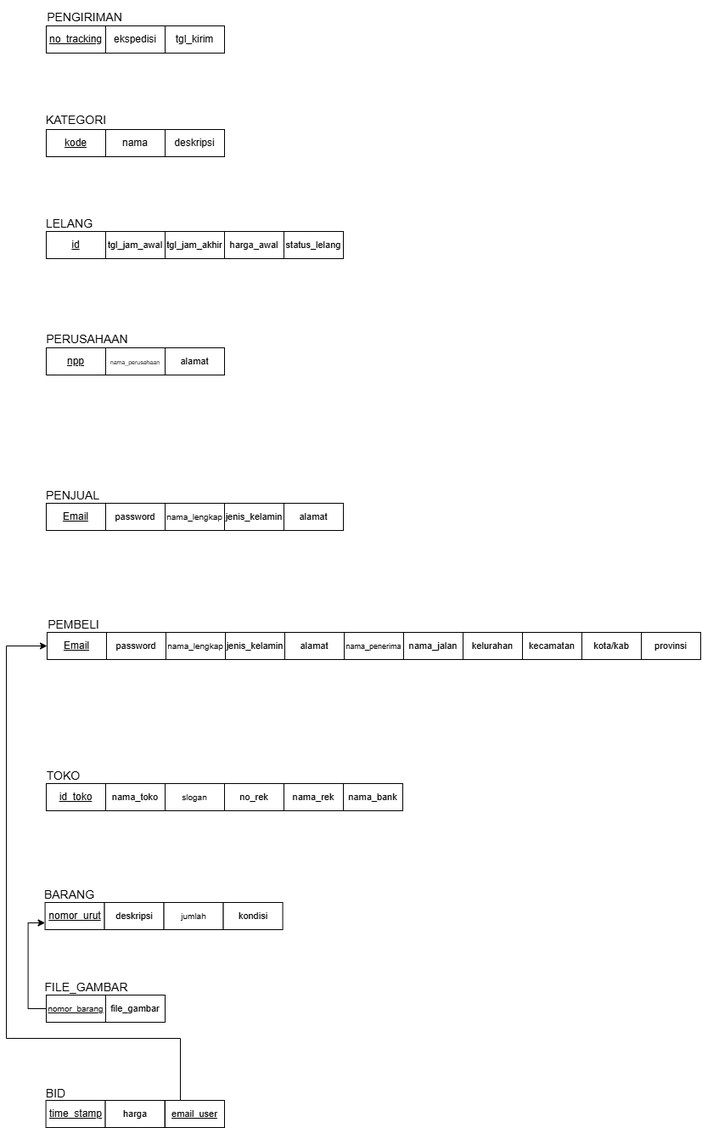
Earlier version of the draw.io export ti2_basdat.drawio.png (anthef/anthef). Source tidied: cells renumbered, new cells last; positions are measured from the earlier drawing's top-left corner, leaving out a move shared by most shapes.
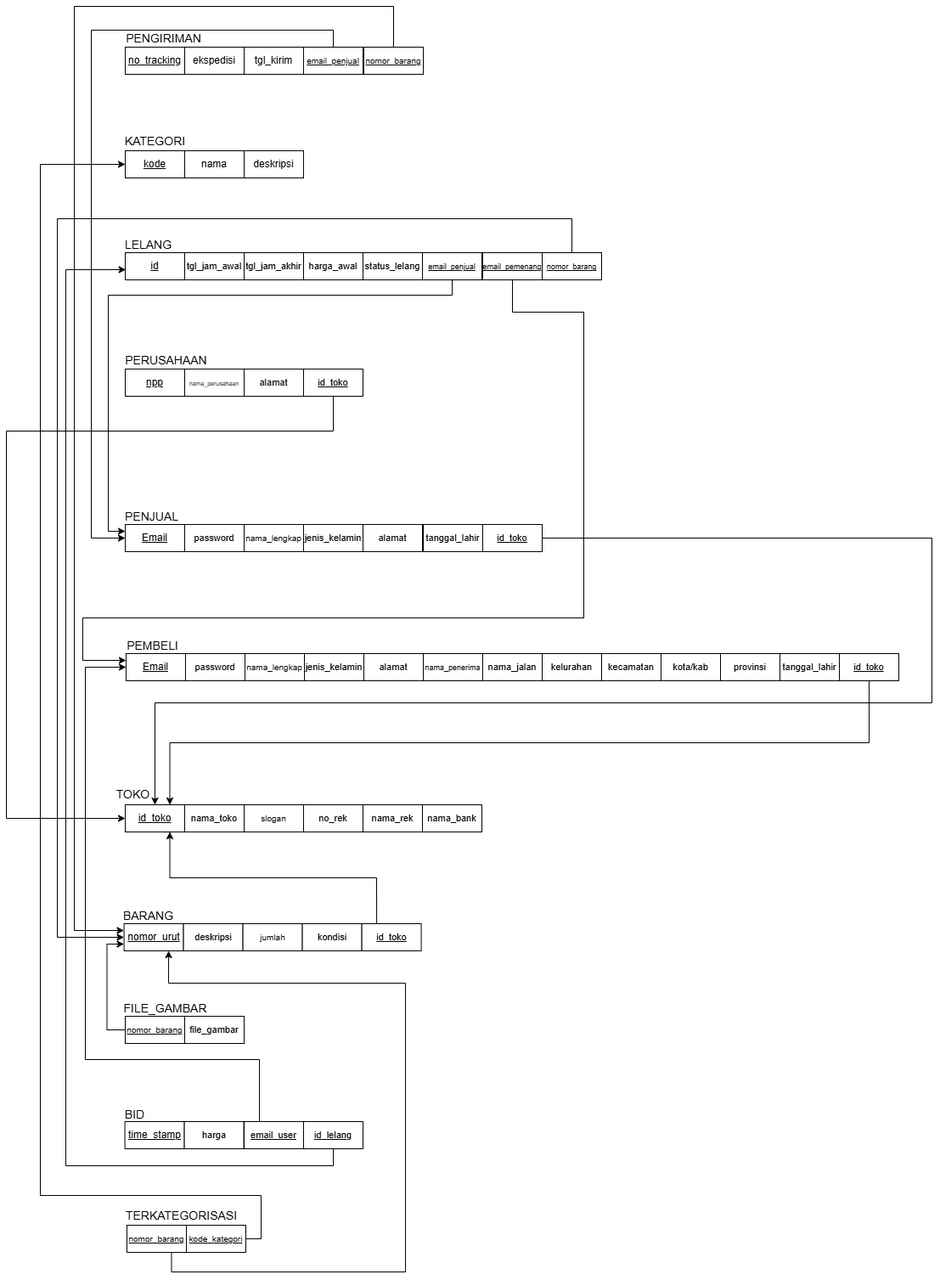
The same diagram one commit later.

What changed in the source:
```diff
@@ -53,7 +53,7 @@
     <mxCell id="18" value="&lt;font style=&quot;font-size: 11px;&quot;&gt;harga_awal&lt;/font&gt;" style="rounded=0;whiteSpace=wrap;html=1;" parent="12" vertex="1">
       <mxGeometry x="223" y="30" width="70" height="32" as="geometry" />
     </mxCell>
-    <mxCell id="19" value="&lt;font style=&quot;font-size: 11px;&quot;&gt;status_lelang&lt;/font&gt;" style="rounded=0;whiteSpace=wrap;html=1;" parent="12" vertex="1">
+    <mxCell id="19" value="&lt;span style=&quot;font-size: 11px;&quot;&gt;status_&lt;/span&gt;&lt;span style=&quot;text-wrap-mode: nowrap; color: rgba(0, 0, 0, 0); font-family: monospace; font-size: 0px; text-align: start;&quot;&gt;%3CmxGraphModel%3E%3Croot%3E%3CmxCell%20id%3D%220%22%2F%3E%3CmxCell%20id%3D%221%22%20parent%3D%220%22%2F%3E%3CmxCell%20id%3D%222%22%20value%3D%22%22%20style%3D%22group%22%20vertex%3D%221%22%20connectable%3D%220%22%20parent%3D%221%22%3E%3CmxGeometry%20x%3D%2227%22%20y%3D%22360%22%20width%3D%22363%22%20height%3D%2262%22%20as%3D%22geometry%22%2F%3E%3C%2FmxCell%3E%3CmxCell%20id%3D%223%22%20value%3D%22%22%20style%3D%22group%22%20vertex%3D%221%22%20connectable%3D%220%22%20parent%3D%222%22%3E%3CmxGeometry%20width%3D%22223%22%20height%3D%2262%22%20as%3D%22geometry%22%2F%3E%3C%2FmxCell%3E%3CmxCell%20id%3D%224%22%20value%3D%22%26lt%3Bspan%20style%3D%26quot%3Bfont-size%3A%2014px%3B%26quot%3B%26gt%3BLELANG%26lt%3B%2Fspan%26gt%3B%22%20style%3D%22text%3Bhtml%3D1%3Balign%3Dcenter%3BverticalAlign%3Dmiddle%3Bresizable%3D0%3Bpoints%3D%5B%5D%3Bautosize%3D1%3BstrokeColor%3Dnone%3BfillColor%3Dnone%3B%22%20vertex%3D%221%22%20parent%3D%223%22%3E%3CmxGeometry%20y%3D%226%22%20width%3D%2280%22%20height%3D%2230%22%20as%3D%22geometry%22%2F%3E%3C%2FmxCell%3E%3CmxCell%20id%3D%225%22%20value%3D%22%26lt%3Bu%26gt%3Bid%26lt%3B%2Fu%26gt%3B%22%20style%3D%22rounded%3D0%3BwhiteSpace%3Dwrap%3Bhtml%3D1%3B%22%20vertex%3D%221%22%20parent%3D%223%22%3E%3CmxGeometry%20x%3D%2213%22%20y%3D%2230%22%20width%3D%2270%22%20height%3D%2232%22%20as%3D%22geometry%22%2F%3E%3C%2FmxCell%3E%3CmxCell%20id%3D%226%22%20value%3D%22%26lt%3Bfont%20style%3D%26quot%3Bfont-size%3A%2011px%3B%26quot%3B%26gt%3Btgl_jam_awal%26lt%3B%2Ffont%26gt%3B%22%20style%3D%22rounded%3D0%3BwhiteSpace%3Dwrap%3Bhtml%3D1%3B%22%20vertex%3D%221%22%20parent%3D%223%22%3E%3CmxGeometry%20x%3D%2283%22%20y%3D%2230%22%20width%3D%2270%22%20height%3D%2232%22%20as%3D%22geometry%22%2F%3E%3C%2FmxCell%3E%3CmxCell%20id%3D%227%22%20value%3D%22%26lt%3Bfont%20style%3D%26quot%3Bfont-size%3A%2011px%3B%26quot%3B%26gt%3Btgl_jam_akhir%26lt%3B%2Ffont%26gt%3B%22%20style%3D%22rounded%3D0%3BwhiteSpace%3Dwrap%3Bhtml%3D1%3B%22%20vertex%3D%221%22%20parent%3D%223%22%3E%3CmxGeometry%20x%3D%22153%22%20y%3D%2230%22%20width%3D%2270%22%20height%3D%2232%22%20as%3D%22geometry%22%2F%3E%3C%2FmxCell%3E%3CmxCell%20id%3D%228%22%20value%3D%22%26lt%3Bfont%20style%3D%26quot%3Bfont-size%3A%2011px%3B%26quot%3B%26gt%3Bharga_awal%26lt%3B%2Ffont%26gt%3B%22%20style%3D%22rounded%3D0%3BwhiteSpace%3Dwrap%3Bhtml%3D1%3B%22%20vertex%3D%221%22%20parent%3D%222%22%3E%3CmxGeometry%20x%3D%22223%22%20y%3D%2230%22%20width%3D%2270%22%20height%3D%2232%22%20as%3D%22geometry%22%2F%3E%3C%2FmxCell%3E%3CmxCell%20id%3D%229%22%20value%3D%22%26lt%3Bfont%20style%3D%26quot%3Bfont-size%3A%2011px%3B%26quot%3B%26gt%3Bstatus_lelang%26lt%3B%2Ffont%26gt%3B%22%20style%3D%22rounded%3D0%3BwhiteSpace%3Dwrap%3Bhtml%3D1%3B%22%20vertex%3D%221%22%20parent%3D%222%22%3E%3CmxGeometry%20x%3D%22293%22%20y%3D%2230%22%20width%3D%2270%22%20height%3D%2232%22%20as%3D%22geometry%22%2F%3E%3C%2FmxCell%3E%3C%2Froot%3E%3C%2FmxGraphModel%3E&lt;/span&gt;&lt;span style=&quot;font-size: 11px;&quot;&gt;lelang&lt;/span&gt;" style="rounded=0;whiteSpace=wrap;html=1;" parent="12" vertex="1">
       <mxGeometry x="293" y="30" width="70" height="32" as="geometry" />
     </mxCell>
     <mxCell id="20" style="group;" parent="1" vertex="1">
@@ -150,7 +150,7 @@
       <mxGeometry width="223" height="62" as="geometry" />
     </mxCell>
     <mxCell id="51" value="&lt;span style=&quot;font-size: 14px;&quot;&gt;TOKO&lt;/span&gt;" style="text;html=1;align=center;verticalAlign=middle;strokeColor=none;fillColor=none;" parent="50" vertex="1">
-      <mxGeometry x="3" y="6" width="60" height="30" as="geometry" />
+      <mxGeometry x="-8" y="3" width="60" height="30" as="geometry" />
     </mxCell>
     <mxCell id="52" value="&lt;u&gt;id_toko&lt;/u&gt;" style="rounded=0;whiteSpace=wrap;html=1;" parent="50" vertex="1">
       <mxGeometry x="13" y="30" width="70" height="32" as="geometry" />
@@ -194,6 +194,9 @@
     <mxCell id="65" value="&lt;font style=&quot;font-size: 11px;&quot;&gt;kondisi&lt;/font&gt;" style="rounded=0;whiteSpace=wrap;html=1;" parent="59" vertex="1">
       <mxGeometry x="223" y="30" width="70" height="32" as="geometry" />
     </mxCell>
+    <mxCell id="77" value="&lt;font style=&quot;font-size: 11px;&quot;&gt;&lt;u&gt;id_toko&lt;/u&gt;&lt;/font&gt;" style="rounded=0;whiteSpace=wrap;html=1;" parent="59" vertex="1">
+      <mxGeometry x="293" y="30" width="70" height="32" as="geometry" />
+    </mxCell>
     <mxCell id="66" style="group;" parent="1" vertex="1">
       <mxGeometry x="33" y="1167" width="433" height="62" as="geometry" />
     </mxCell>
@@ -234,5 +237,150 @@
     <mxCell id="76" style="edgeStyle=orthogonalEdgeStyle;rounded=0;jettySize=auto;html=1;exitX=0;exitY=0.5;exitDx=0;exitDy=0;entryX=0;entryY=0.75;entryDx=0;entryDy=0;" parent="1" edge="1" source="72" target="62">
       <mxGeometry relative="1" as="geometry" />
     </mxCell>
+    <mxCell id="78" style="edgeStyle=orthogonalEdgeStyle;rounded=0;jettySize=auto;html=1;exitX=0.5;exitY=1;exitDx=0;exitDy=0;entryX=0;entryY=0.25;entryDx=0;entryDy=0;" parent="1" edge="1" source="86" target="37">
+      <mxGeometry relative="1" as="geometry">
+        <Array as="points">
+          <mxPoint x="503" y="342" />
+          <mxPoint x="587" y="342" />
+          <mxPoint x="587" y="702" />
+          <mxPoint x="-3" y="702" />
+          <mxPoint x="-3" y="752" />
+        </Array>
+      </mxGeometry>
+    </mxCell>
+    <mxCell id="79" style="edgeStyle=orthogonalEdgeStyle;rounded=0;jettySize=auto;html=1;exitX=0.5;exitY=1;exitDx=0;exitDy=0;entryX=0;entryY=0.25;entryDx=0;entryDy=0;" parent="1" edge="1" source="80" target="29">
+      <mxGeometry relative="1" as="geometry">
+        <Array as="points">
+          <mxPoint x="432" y="322" />
+          <mxPoint x="27" y="322" />
+          <mxPoint x="27" y="600" />
+        </Array>
+      </mxGeometry>
+    </mxCell>
+    <mxCell id="80" value="&lt;font style=&quot;font-size: 9px;&quot;&gt;&lt;u&gt;email_penjual&lt;/u&gt;&lt;/font&gt;" style="rounded=0;whiteSpace=wrap;html=1;" parent="1" vertex="1">
+      <mxGeometry x="397" y="272" width="70" height="32" as="geometry" />
+    </mxCell>
+    <mxCell id="81" style="edgeStyle=orthogonalEdgeStyle;rounded=0;jettySize=auto;html=1;exitX=0.5;exitY=1;exitDx=0;exitDy=0;entryX=0.01;entryY=0.625;entryDx=0;entryDy=0;entryPerimeter=0;" parent="1" edge="1" source="82" target="15">
+      <mxGeometry relative="1" as="geometry">
+        <Array as="points">
+          <mxPoint x="292" y="1347" />
+          <mxPoint x="-23" y="1347" />
+          <mxPoint x="-23" y="292" />
+        </Array>
+      </mxGeometry>
+    </mxCell>
+    <mxCell id="82" value="&lt;font style=&quot;font-size: 11px;&quot;&gt;&lt;u&gt;id_lelang&lt;/u&gt;&lt;/font&gt;" style="rounded=0;whiteSpace=wrap;html=1;" parent="1" vertex="1">
+      <mxGeometry x="257" y="1295" width="70" height="32" as="geometry" />
+    </mxCell>
+    <mxCell id="83" style="edgeStyle=orthogonalEdgeStyle;rounded=0;jettySize=auto;html=1;exitX=0.25;exitY=0;exitDx=0;exitDy=0;entryX=0.75;entryY=1;entryDx=0;entryDy=0;" parent="1" edge="1" source="77" target="52">
+      <mxGeometry relative="1" as="geometry" />
+    </mxCell>
+    <mxCell id="84" value="&lt;font style=&quot;font-size: 11px;&quot;&gt;tanggal_lahir&lt;/font&gt;" style="rounded=0;whiteSpace=wrap;html=1;" parent="1" vertex="1">
+      <mxGeometry x="398" y="592" width="70" height="32" as="geometry" />
+    </mxCell>
+    <mxCell id="85" value="&lt;font style=&quot;font-size: 11px;&quot;&gt;tanggal_lahir&lt;/font&gt;" style="rounded=0;whiteSpace=wrap;html=1;" parent="1" vertex="1">
+      <mxGeometry x="818" y="744" width="70" height="32" as="geometry" />
+    </mxCell>
+    <mxCell id="86" value="&lt;font style=&quot;font-size: 9px;&quot;&gt;&lt;u&gt;email_pemenang&lt;/u&gt;&lt;/font&gt;" style="rounded=0;whiteSpace=wrap;html=1;" parent="1" vertex="1">
+      <mxGeometry x="468" y="272" width="70" height="32" as="geometry" />
+    </mxCell>
+    <mxCell id="87" style="edgeStyle=orthogonalEdgeStyle;rounded=0;jettySize=auto;html=1;exitX=0.5;exitY=0;exitDx=0;exitDy=0;entryX=0;entryY=0.5;entryDx=0;entryDy=0;" parent="1" edge="1" source="88" target="29">
+      <mxGeometry relative="1" as="geometry">
+        <Array as="points">
+          <mxPoint x="292" y="10" />
+          <mxPoint x="7" y="10" />
+          <mxPoint x="7" y="608" />
+        </Array>
+      </mxGeometry>
+    </mxCell>
+    <mxCell id="88" value="&lt;u&gt;&lt;font style=&quot;font-size: 10px;&quot;&gt;email_penjual&lt;/font&gt;&lt;/u&gt;" style="rounded=0;whiteSpace=wrap;html=1;" parent="1" vertex="1">
+      <mxGeometry x="257" y="30" width="70" height="32" as="geometry" />
+    </mxCell>
+    <mxCell id="89" style="edgeStyle=orthogonalEdgeStyle;rounded=0;jettySize=auto;html=1;exitX=0.5;exitY=0;exitDx=0;exitDy=0;entryX=0;entryY=0.25;entryDx=0;entryDy=0;" parent="1" edge="1" source="90" target="62">
+      <mxGeometry relative="1" as="geometry">
+        <Array as="points">
+          <mxPoint x="363" y="-18" />
+          <mxPoint x="-13" y="-18" />
+          <mxPoint x="-13" y="1070" />
+        </Array>
+      </mxGeometry>
+    </mxCell>
+    <mxCell id="90" value="&lt;u&gt;&lt;font style=&quot;font-size: 10px;&quot;&gt;nomor_barang&lt;/font&gt;&lt;/u&gt;" style="rounded=0;whiteSpace=wrap;html=1;" parent="1" vertex="1">
+      <mxGeometry x="328" y="30" width="70" height="32" as="geometry" />
+    </mxCell>
+    <mxCell id="91" style="edgeStyle=orthogonalEdgeStyle;rounded=0;jettySize=auto;html=1;exitX=0.5;exitY=0;exitDx=0;exitDy=0;entryX=0;entryY=0.5;entryDx=0;entryDy=0;" parent="1" edge="1" source="92" target="62">
+      <mxGeometry relative="1" as="geometry">
+        <Array as="points">
+          <mxPoint x="573" y="232" />
+          <mxPoint x="-33" y="232" />
+          <mxPoint x="-33" y="1078" />
+        </Array>
+      </mxGeometry>
+    </mxCell>
+    <mxCell id="92" value="&lt;font style=&quot;font-size: 9px;&quot;&gt;&lt;u&gt;nomor_barang&lt;/u&gt;&lt;/font&gt;" style="rounded=0;whiteSpace=wrap;html=1;" parent="1" vertex="1">
+      <mxGeometry x="538" y="272" width="70" height="32" as="geometry" />
+    </mxCell>
+    <mxCell id="93" style="group;" parent="1" vertex="1">
+      <mxGeometry x="36" y="1387" width="223" height="62" as="geometry" />
+    </mxCell>
+    <mxCell id="94" value="&lt;span style=&quot;font-size: 14px;&quot;&gt;TERKATEGORISASI&lt;/span&gt;" style="text;html=1;align=center;verticalAlign=middle;strokeColor=none;fillColor=none;" parent="93" vertex="1">
+      <mxGeometry x="2" y="4" width="150" height="30" as="geometry" />
+    </mxCell>
+    <mxCell id="95" value="&lt;u&gt;&lt;font style=&quot;font-size: 10px;&quot;&gt;nomor_barang&lt;/font&gt;&lt;/u&gt;" style="rounded=0;whiteSpace=wrap;html=1;" parent="93" vertex="1">
+      <mxGeometry x="13" y="30" width="70" height="32" as="geometry" />
+    </mxCell>
+    <mxCell id="96" value="&lt;font style=&quot;font-size: 10px;&quot;&gt;&lt;u&gt;kode_kategori&lt;/u&gt;&lt;/font&gt;" style="rounded=0;whiteSpace=wrap;html=1;" parent="93" vertex="1">
+      <mxGeometry x="83" y="30" width="70" height="32" as="geometry" />
+    </mxCell>
+    <mxCell id="97" style="edgeStyle=orthogonalEdgeStyle;rounded=0;jettySize=auto;html=1;exitX=0.75;exitY=1;exitDx=0;exitDy=0;entryX=0.75;entryY=1;entryDx=0;entryDy=0;" parent="1" edge="1" source="95" target="62">
+      <mxGeometry relative="1" as="geometry">
+        <Array as="points">
+          <mxPoint x="101" y="1472" />
+          <mxPoint x="377" y="1472" />
+          <mxPoint x="377" y="1132" />
+          <mxPoint x="98" y="1132" />
+        </Array>
+      </mxGeometry>
+    </mxCell>
+    <mxCell id="98" style="edgeStyle=orthogonalEdgeStyle;rounded=0;jettySize=auto;html=1;exitX=1;exitY=0.5;exitDx=0;exitDy=0;entryX=0;entryY=0.5;entryDx=0;entryDy=0;" parent="1" edge="1" source="96" target="9">
+      <mxGeometry relative="1" as="geometry">
+        <Array as="points">
+          <mxPoint x="207" y="1433" />
+          <mxPoint x="207" y="1382" />
+          <mxPoint x="-53" y="1382" />
+          <mxPoint x="-53" y="168" />
+        </Array>
+      </mxGeometry>
+    </mxCell>
+    <mxCell id="99" value="&lt;font style=&quot;font-size: 11px;&quot;&gt;&lt;u&gt;id_toko&lt;/u&gt;&lt;/font&gt;" style="rounded=0;whiteSpace=wrap;html=1;" parent="1" vertex="1">
+      <mxGeometry x="468" y="592" width="70" height="32" as="geometry" />
+    </mxCell>
+    <mxCell id="100" style="edgeStyle=orthogonalEdgeStyle;rounded=0;jettySize=auto;html=1;exitX=0.5;exitY=1;exitDx=0;exitDy=0;entryX=0.75;entryY=0;entryDx=0;entryDy=0;" parent="1" edge="1" source="101" target="52">
+      <mxGeometry relative="1" as="geometry" />
+    </mxCell>
+    <mxCell id="101" value="&lt;font style=&quot;font-size: 11px;&quot;&gt;&lt;u&gt;id_toko&lt;/u&gt;&lt;/font&gt;" style="rounded=0;whiteSpace=wrap;html=1;" parent="1" vertex="1">
+      <mxGeometry x="888" y="744" width="70" height="32" as="geometry" />
+    </mxCell>
+    <mxCell id="102" style="edgeStyle=orthogonalEdgeStyle;rounded=0;jettySize=auto;html=1;exitX=0.5;exitY=1;exitDx=0;exitDy=0;entryX=0;entryY=0.5;entryDx=0;entryDy=0;" parent="1" edge="1" source="103" target="52">
+      <mxGeometry relative="1" as="geometry">
+        <Array as="points">
+          <mxPoint x="292" y="482" />
+          <mxPoint x="-93" y="482" />
+          <mxPoint x="-93" y="938" />
+        </Array>
+      </mxGeometry>
+    </mxCell>
+    <mxCell id="103" value="&lt;font style=&quot;font-size: 11px;&quot;&gt;&lt;u&gt;id_toko&lt;/u&gt;&lt;/font&gt;" style="rounded=0;whiteSpace=wrap;html=1;" parent="1" vertex="1">
+      <mxGeometry x="257" y="409" width="70" height="32" as="geometry" />
+    </mxCell>
+    <mxCell id="104" style="edgeStyle=orthogonalEdgeStyle;rounded=0;jettySize=auto;html=1;exitX=1;exitY=0.5;exitDx=0;exitDy=0;entryX=0.5;entryY=0;entryDx=0;entryDy=0;" parent="1" edge="1" source="99" target="52">
+      <mxGeometry relative="1" as="geometry">
+        <Array as="points">
+          <mxPoint x="997" y="608" />
+          <mxPoint x="997" y="802" />
+          <mxPoint x="82" y="802" />
+        </Array>
+      </mxGeometry>
+    </mxCell>
   </root>
 </mxGraphModel>
```
